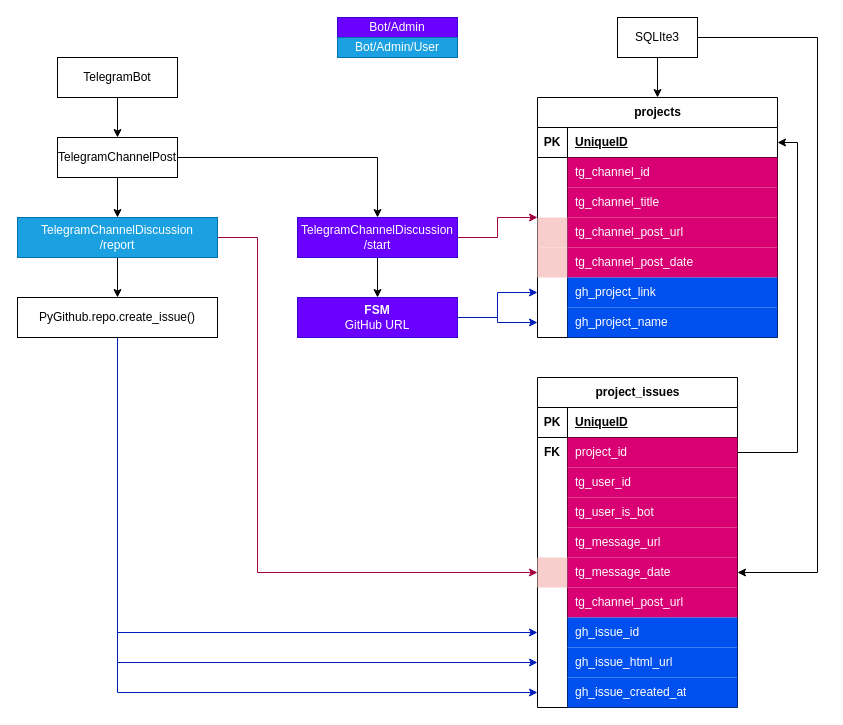
This is docs/readme/Diagram.drawio from ames0k0/IssueTracker, a draw.io file, before an edit. Source tidied: cells renumbered, new cells numbered last; positions are measured from the earlier drawing's top-left corner, leaving out a move shared by most shapes. Both pictures are drawn from the tidied source at 100%, with x=0, y=0 at pixel (17, 17).
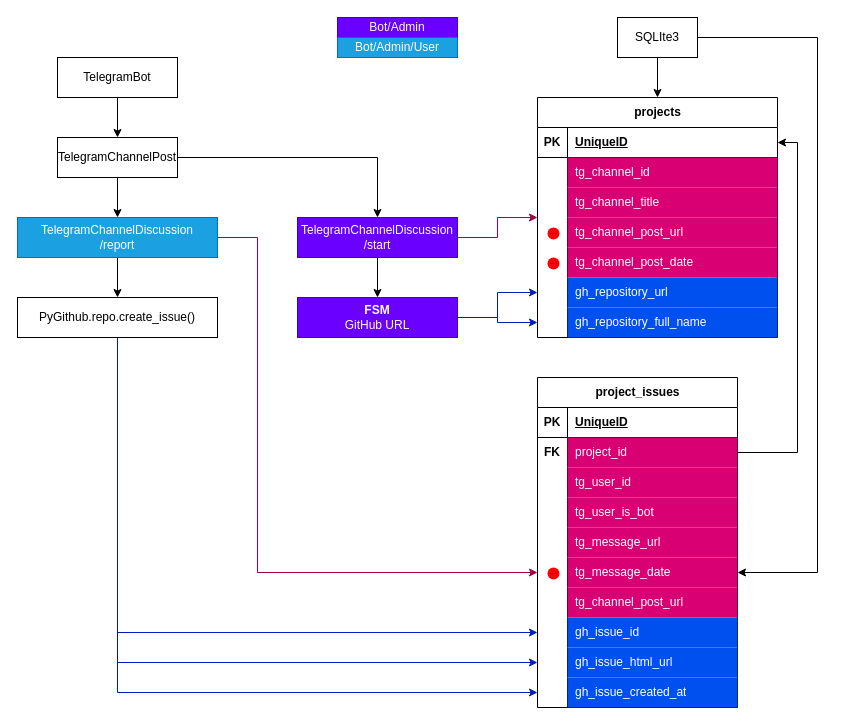
After the change.

Commit message (it also covers changes not shown here):
Add repository `full_name` checks

Update table projects
Closes an issue #16

Unchanged cells that the change refers to:
```xml
<mxCell id="24" style="shape=tableRow;horizontal=0;startSize=0;swimlaneHead=0;swimlaneBody=0;fillColor=none;top=0;left=0;right=0;bottom=0;" parent="14" vertex="1">
  <mxGeometry y="120" width="240" height="30" as="geometry" />
</mxCell>
<mxCell id="27" style="shape=tableRow;horizontal=0;startSize=0;swimlaneHead=0;swimlaneBody=0;fillColor=none;top=0;left=0;right=0;bottom=0;" parent="14" vertex="1">
  <mxGeometry y="150" width="240" height="30" as="geometry" />
</mxCell>
<mxCell id="30" style="shape=tableRow;horizontal=0;startSize=0;swimlaneHead=0;swimlaneBody=0;fillColor=none;points=[[0,0.5],[1,0.5]];portConstraint=eastwest;top=0;left=0;right=0;bottom=0;" parent="14" vertex="1">
  <mxGeometry y="180" width="240" height="30" as="geometry" />
</mxCell>
<mxCell id="33" style="shape=tableRow;horizontal=0;startSize=0;swimlaneHead=0;swimlaneBody=0;fillColor=none;points=[[0,0.5],[1,0.5]];portConstraint=eastwest;top=0;left=0;right=0;bottom=0;" parent="14" vertex="1">
  <mxGeometry y="210" width="240" height="30" as="geometry" />
</mxCell>
<mxCell id="52" style="shape=tableRow;horizontal=0;startSize=0;swimlaneHead=0;swimlaneBody=0;fillColor=none;top=0;left=0;right=0;bottom=0;" parent="36" vertex="1">
  <mxGeometry y="180" width="200" height="30" as="geometry" />
</mxCell>
```

What changed in the source:
```diff
@@
-    <mxCell id="25" style="shape=partialRectangle;fillColor=#f8cecc;top=0;left=0;bottom=0;right=0;overflow=hidden;whiteSpace=wrap;html=1;strokeColor=#b85450;" parent="24" vertex="1">
+    <mxCell id="25" style="shape=partialRectangle;top=0;left=0;bottom=0;right=0;overflow=hidden;whiteSpace=wrap;html=1;fillColor=none;fontColor=#333333;strokeColor=#666666;gradientColor=default;" parent="24" vertex="1">
       <mxGeometry width="30" height="30" as="geometry" />
     </mxCell>
@@
-    <mxCell id="28" style="shape=partialRectangle;fillColor=#f8cecc;top=0;left=0;bottom=0;right=0;overflow=hidden;whiteSpace=wrap;html=1;strokeColor=#b85450;" parent="27" vertex="1">
+    <mxCell id="28" style="shape=partialRectangle;fillColor=none;top=0;left=0;bottom=0;right=0;overflow=hidden;whiteSpace=wrap;html=1;strokeColor=#b85450;" parent="27" vertex="1">
       <mxGeometry width="30" height="30" as="geometry" />
     </mxCell>
@@
-    <mxCell id="32" value="gh_project_link" style="shape=partialRectangle;fillColor=#0050ef;top=0;left=0;bottom=0;right=0;align=left;spacingLeft=6;overflow=hidden;whiteSpace=wrap;html=1;fontColor=#ffffff;strokeColor=#001DBC;" parent="30" vertex="1">
+    <mxCell id="32" value="gh_repository_url" style="shape=partialRectangle;fillColor=#0050ef;top=0;left=0;bottom=0;right=0;align=left;spacingLeft=6;overflow=hidden;whiteSpace=wrap;html=1;fontColor=#ffffff;strokeColor=#001DBC;" parent="30" vertex="1">
       <mxGeometry x="30" width="210" height="30" as="geometry" />
     </mxCell>
@@
-    <mxCell id="35" value="gh_project_name" style="shape=partialRectangle;fillColor=#0050ef;top=0;left=0;bottom=0;right=0;align=left;spacingLeft=6;overflow=hidden;whiteSpace=wrap;html=1;fontColor=#ffffff;strokeColor=#001DBC;" parent="33" vertex="1">
+    <mxCell id="35" value="gh_repository_full_name" style="shape=partialRectangle;fillColor=#0050ef;top=0;left=0;bottom=0;right=0;align=left;spacingLeft=6;overflow=hidden;whiteSpace=wrap;html=1;fontColor=#ffffff;strokeColor=#001DBC;" parent="33" vertex="1">
       <mxGeometry x="30" width="210" height="30" as="geometry" />
     </mxCell>
@@
-    <mxCell id="53" style="shape=partialRectangle;fillColor=#f8cecc;top=0;left=0;bottom=0;right=0;overflow=hidden;whiteSpace=wrap;html=1;strokeColor=#b85450;" parent="52" vertex="1">
+    <mxCell id="53" style="shape=partialRectangle;top=0;left=0;bottom=0;right=0;overflow=hidden;whiteSpace=wrap;html=1;fillColor=none;gradientColor=none;" parent="52" vertex="1">
       <mxGeometry width="30" height="30" as="geometry" />
     </mxCell>
@@
+    <mxCell id="79" style="html=1;verticalLabelPosition=bottom;labelBackgroundColor=#ffffff;verticalAlign=top;shadow=0;dashed=0;strokeWidth=2;shape=mxgraph.ios7.misc.delete;fillColor=#ff0000;strokeColor=default;sketch=0;" parent="1" vertex="1">
+      <mxGeometry x="530" y="210" width="12" height="12" as="geometry" />
+    </mxCell>
+    <mxCell id="80" style="html=1;verticalLabelPosition=bottom;labelBackgroundColor=#ffffff;verticalAlign=top;shadow=0;dashed=0;strokeWidth=2;shape=mxgraph.ios7.misc.delete;fillColor=#ff0000;strokeColor=#000000;sketch=0;align=center;fontFamily=Helvetica;fontSize=12;fontColor=#333333;" parent="1" vertex="1">
+      <mxGeometry x="530" y="240" width="12" height="12" as="geometry" />
+    </mxCell>
+    <mxCell id="81" style="html=1;verticalLabelPosition=bottom;labelBackgroundColor=#ffffff;verticalAlign=top;shadow=0;dashed=0;strokeWidth=2;shape=mxgraph.ios7.misc.delete;fillColor=#ff0000;strokeColor=default;sketch=0;align=center;fontFamily=Helvetica;fontSize=12;fontColor=#333333;perimeterSpacing=0;" parent="1" vertex="1">
+      <mxGeometry x="530" y="550" width="12" height="12" as="geometry" />
+    </mxCell>
```
